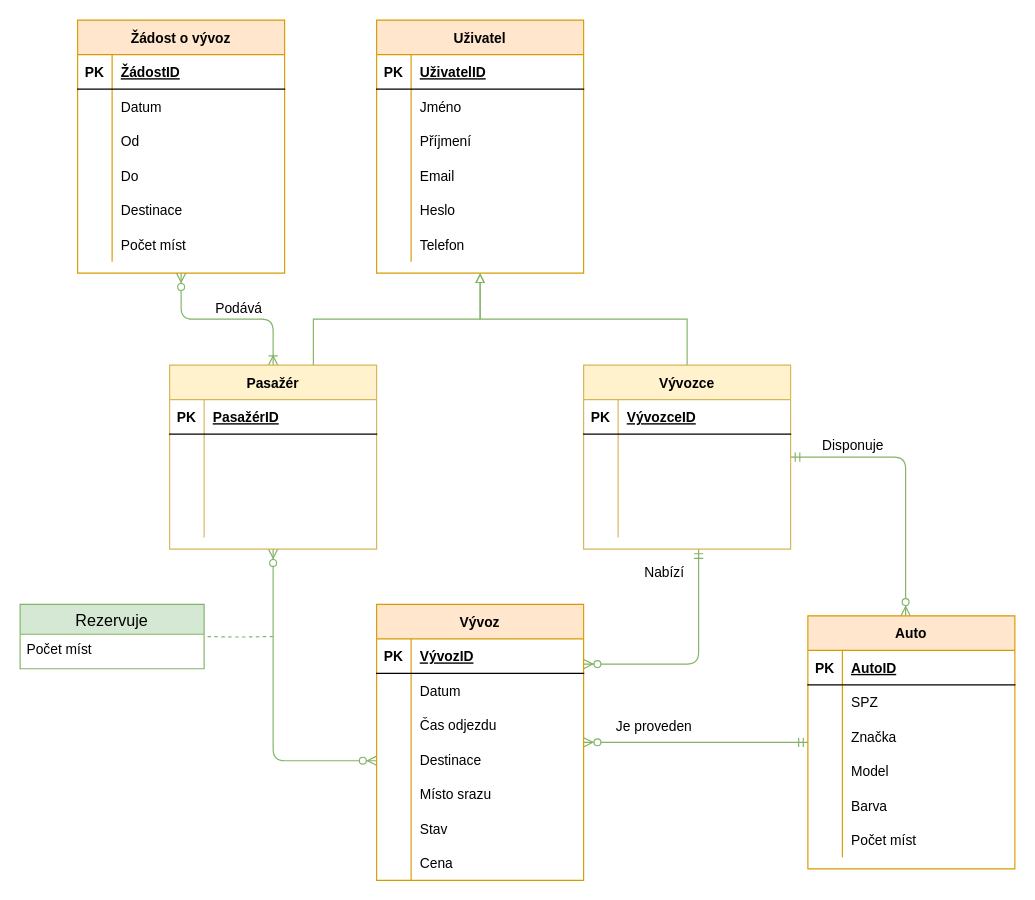
Above: docs/diagrams/ER.drawio in MarekPetr/PGTrans (draw.io), before the change. Source tidied: cells renumbered, new cells numbered last; positions are measured from the earlier drawing's top-left corner, leaving out a move shared by most shapes. Both pictures are drawn from the tidied source at 115%, with x=0, y=0 at pixel (20, 20).
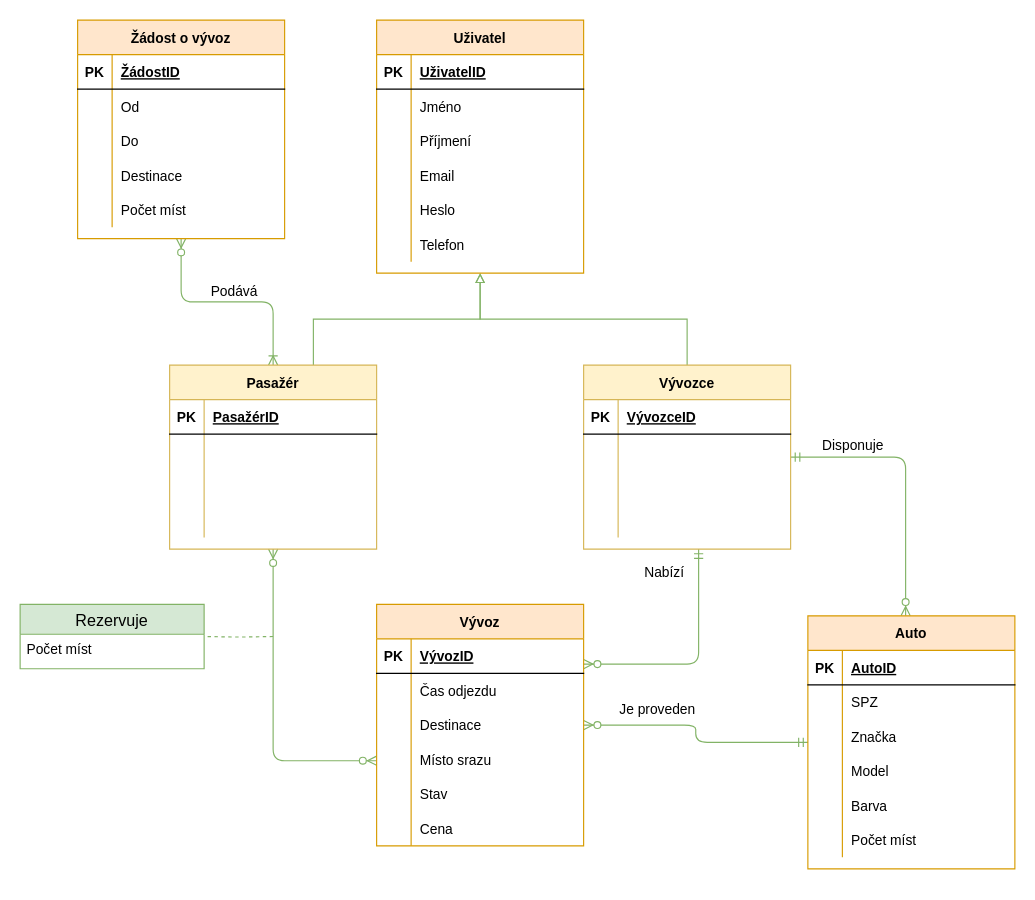
After the change.

What changed in the source:
```diff
@@
     <mxCell id="13" value="Vývoz" style="shape=table;startSize=30;childLayout=tableLayout;rowLines=0;fontStyle=1;align=center;fillColor=#ffe6cc;strokeColor=#d79b00;" parent="1" vertex="1">
-      <mxGeometry x="310" y="508" width="180" height="240" as="geometry" />
+      <mxGeometry x="310" y="508" width="180" height="210" as="geometry" />
     </mxCell>
@@
-    <mxCell id="17" style="shape=partialRectangle;fillColor=none;top=0;left=0;bottom=0;right=0;" parent="13" vertex="1">
-      <mxGeometry y="60" width="180" height="30" as="geometry" />
-    </mxCell>
-    <mxCell id="18" style="shape=partialRectangle;fillColor=none;top=0;left=0;bottom=0;right=0;overflow=hidden;" parent="17" vertex="1">
-      <mxGeometry width="30" height="30" as="geometry" />
-    </mxCell>
-    <mxCell id="19" value="Datum" style="shape=partialRectangle;fillColor=none;top=0;left=0;bottom=0;right=0;align=left;spacingLeft=6;overflow=hidden;" parent="17" vertex="1">
-      <mxGeometry x="30" width="150" height="30" as="geometry" />
-    </mxCell>
     <mxCell id="20" style="shape=partialRectangle;fillColor=none;top=0;left=0;bottom=0;right=0;" parent="13" vertex="1">
-      <mxGeometry y="90" width="180" height="30" as="geometry" />
+      <mxGeometry y="60" width="180" height="30" as="geometry" />
     </mxCell>
@@
     <mxCell id="23" style="shape=partialRectangle;fillColor=none;top=0;left=0;bottom=0;right=0;" parent="13" vertex="1">
-      <mxGeometry y="120" width="180" height="30" as="geometry" />
+      <mxGeometry y="90" width="180" height="30" as="geometry" />
     </mxCell>
@@
     <mxCell id="26" style="shape=partialRectangle;fillColor=none;top=0;left=0;bottom=0;right=0;" parent="13" vertex="1">
-      <mxGeometry y="150" width="180" height="30" as="geometry" />
+      <mxGeometry y="120" width="180" height="30" as="geometry" />
     </mxCell>
@@
     <mxCell id="29" style="shape=partialRectangle;fillColor=none;top=0;left=0;bottom=0;right=0;" parent="13" vertex="1">
-      <mxGeometry y="180" width="180" height="30" as="geometry" />
+      <mxGeometry y="150" width="180" height="30" as="geometry" />
     </mxCell>
@@
     <mxCell id="32" style="shape=partialRectangle;fillColor=none;top=0;left=0;bottom=0;right=0;" parent="13" vertex="1">
-      <mxGeometry y="210" width="180" height="30" as="geometry" />
+      <mxGeometry y="180" width="180" height="30" as="geometry" />
     </mxCell>
@@
     <mxCell id="35" value="Žádost o vývoz" style="shape=table;startSize=30;childLayout=tableLayout;rowLines=0;fontStyle=1;align=center;fillColor=#ffe6cc;strokeColor=#d79b00;" parent="1" vertex="1">
-      <mxGeometry x="50" width="180" height="220" as="geometry" />
+      <mxGeometry x="50" width="180" height="190" as="geometry" />
     </mxCell>
@@
-    <mxCell id="39" style="shape=partialRectangle;fillColor=none;top=0;left=0;bottom=0;right=0;" parent="35" vertex="1">
-      <mxGeometry y="60" width="180" height="30" as="geometry" />
-    </mxCell>
-    <mxCell id="40" style="shape=partialRectangle;fillColor=none;top=0;left=0;bottom=0;right=0;overflow=hidden;" parent="39" vertex="1">
-      <mxGeometry width="30" height="30" as="geometry" />
-    </mxCell>
-    <mxCell id="41" value="Datum" style="shape=partialRectangle;fillColor=none;top=0;left=0;bottom=0;right=0;align=left;spacingLeft=6;overflow=hidden;" parent="39" vertex="1">
-      <mxGeometry x="30" width="150" height="30" as="geometry" />
-    </mxCell>
     <mxCell id="42" style="shape=partialRectangle;fillColor=none;top=0;left=0;bottom=0;right=0;" parent="35" vertex="1">
-      <mxGeometry y="90" width="180" height="30" as="geometry" />
+      <mxGeometry y="60" width="180" height="30" as="geometry" />
     </mxCell>
@@
     <mxCell id="45" style="shape=partialRectangle;fillColor=none;top=0;left=0;bottom=0;right=0;" parent="35" vertex="1">
-      <mxGeometry y="120" width="180" height="30" as="geometry" />
+      <mxGeometry y="90" width="180" height="30" as="geometry" />
     </mxCell>
@@
     <mxCell id="48" style="shape=partialRectangle;fillColor=none;top=0;left=0;bottom=0;right=0;" parent="35" vertex="1">
-      <mxGeometry y="150" width="180" height="30" as="geometry" />
+      <mxGeometry y="120" width="180" height="30" as="geometry" />
     </mxCell>
@@
     <mxCell id="51" style="shape=partialRectangle;fillColor=none;top=0;left=0;bottom=0;right=0;" parent="35" vertex="1">
-      <mxGeometry y="180" width="180" height="30" as="geometry" />
+      <mxGeometry y="150" width="180" height="30" as="geometry" />
     </mxCell>
```
